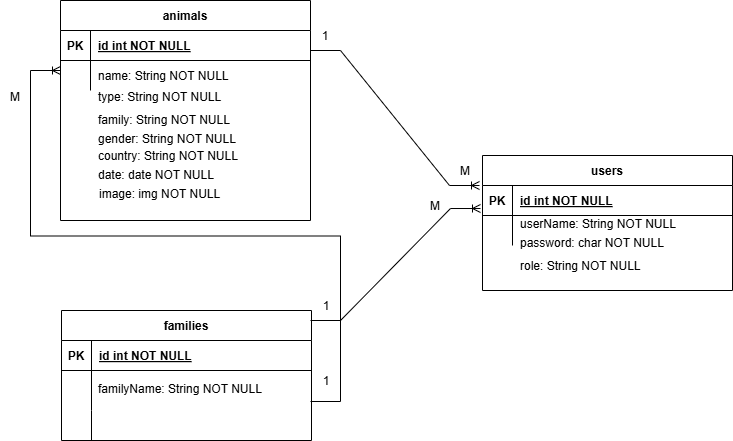
This is diagram/reserva_natural_diagrama_entidad_relación.drawio.png from Andreina2/springboot_reserva_natural, a draw.io export, as it was before one commit. Source tidied: cells renumbered, new cells last; positions are measured from the earlier drawing's top-left corner, leaving out a move shared by most shapes. Its diagram source:
```xml
<mxGraphModel>
  <root>
    <mxCell id="0" />
    <mxCell id="1" parent="0" />
    <mxCell id="2" value="users" style="shape=table;startSize=30;rowLines=0;fontStyle=1;align=center;" parent="1" vertex="1">
      <mxGeometry x="482" y="155" width="250" height="135" as="geometry" />
    </mxCell>
    <mxCell id="3" style="shape=partialRectangle;fillColor=none;points=[[0,0.5],[1,0.5]];portConstraint=eastwest;top=0;left=0;right=0;bottom=1;" parent="2" vertex="1">
      <mxGeometry y="30" width="250" height="30" as="geometry" />
    </mxCell>
    <mxCell id="4" value="PK" style="shape=partialRectangle;overflow=hidden;fillColor=none;top=0;left=0;bottom=0;right=0;fontStyle=1;" parent="3" vertex="1">
      <mxGeometry width="30" height="30" as="geometry" />
    </mxCell>
    <mxCell id="5" value="id int NOT NULL " style="shape=partialRectangle;overflow=hidden;fillColor=none;top=0;left=0;bottom=0;right=0;align=left;spacingLeft=6;fontStyle=5;" parent="3" vertex="1">
      <mxGeometry x="30" width="220" height="30" as="geometry" />
    </mxCell>
    <mxCell id="6" style="shape=partialRectangle;fillColor=none;top=0;left=0;right=0;bottom=0;" parent="2" vertex="1">
      <mxGeometry y="60" width="250" height="30" as="geometry" />
    </mxCell>
    <mxCell id="7" style="shape=partialRectangle;overflow=hidden;fillColor=none;top=0;left=0;bottom=0;right=0;" parent="6" vertex="1">
      <mxGeometry width="30" height="30" as="geometry" />
    </mxCell>
    <mxCell id="8" style="shape=partialRectangle;overflow=hidden;fillColor=none;top=0;left=0;bottom=0;right=0;align=left;spacingLeft=6;" parent="6" vertex="1">
      <mxGeometry x="30" width="220" height="30" as="geometry" />
    </mxCell>
    <mxCell id="9" value="families" style="shape=table;startSize=30;rowLines=0;fontStyle=1;align=center;" parent="1" vertex="1">
      <mxGeometry x="61" y="310" width="250" height="130" as="geometry" />
    </mxCell>
    <mxCell id="10" style="shape=partialRectangle;fillColor=none;top=0;left=0;right=0;bottom=1;" parent="9" vertex="1">
      <mxGeometry y="30" width="250" height="30" as="geometry" />
    </mxCell>
    <mxCell id="11" value="PK" style="shape=partialRectangle;overflow=hidden;fillColor=none;top=0;left=0;bottom=0;right=0;fontStyle=1;" parent="10" vertex="1">
      <mxGeometry width="30" height="30" as="geometry" />
    </mxCell>
    <mxCell id="12" value="id int NOT NULL " style="shape=partialRectangle;overflow=hidden;fillColor=none;top=0;left=0;bottom=0;right=0;align=left;spacingLeft=6;fontStyle=5;" parent="10" vertex="1">
      <mxGeometry x="30" width="220" height="30" as="geometry" />
    </mxCell>
    <mxCell id="13" style="shape=partialRectangle;fillColor=none;top=0;left=0;right=0;bottom=0;" parent="9" vertex="1">
      <mxGeometry y="60" width="250" height="40" as="geometry" />
    </mxCell>
    <mxCell id="14" style="shape=partialRectangle;overflow=hidden;fillColor=none;top=0;left=0;bottom=0;right=0;" parent="13" vertex="1">
      <mxGeometry width="30" height="40" as="geometry" />
    </mxCell>
    <mxCell id="15" style="shape=partialRectangle;overflow=hidden;fillColor=none;top=0;left=0;bottom=0;right=0;align=left;spacingLeft=6;" parent="13" vertex="1">
      <mxGeometry x="30" width="220" height="40" as="geometry" />
    </mxCell>
    <mxCell id="16" style="shape=partialRectangle;fillColor=none;top=0;left=0;right=0;bottom=0;" parent="9" vertex="1">
      <mxGeometry y="100" width="250" height="30" as="geometry" />
    </mxCell>
    <mxCell id="17" style="shape=partialRectangle;overflow=hidden;fillColor=none;top=0;left=0;bottom=0;right=0;" parent="16" vertex="1">
      <mxGeometry width="30" height="30" as="geometry" />
    </mxCell>
    <mxCell id="18" style="shape=partialRectangle;overflow=hidden;fillColor=none;top=0;left=0;bottom=0;right=0;align=left;spacingLeft=6;" parent="16" vertex="1">
      <mxGeometry x="30" width="220" height="30" as="geometry" />
    </mxCell>
    <mxCell id="19" value="animals" style="shape=table;startSize=30;rowLines=0;fontStyle=1;align=center;" parent="1" vertex="1">
      <mxGeometry x="60" width="250" height="220" as="geometry" />
    </mxCell>
    <mxCell id="20" style="shape=partialRectangle;fillColor=none;top=0;left=0;right=0;bottom=1;" parent="19" vertex="1">
      <mxGeometry y="30" width="250" height="30" as="geometry" />
    </mxCell>
    <mxCell id="21" value="PK" style="shape=partialRectangle;overflow=hidden;fillColor=none;top=0;left=0;bottom=0;right=0;fontStyle=1;" parent="20" vertex="1">
      <mxGeometry width="30" height="30" as="geometry" />
    </mxCell>
    <mxCell id="22" value="id int NOT NULL " style="shape=partialRectangle;overflow=hidden;fillColor=none;top=0;left=0;bottom=0;right=0;align=left;spacingLeft=6;fontStyle=5;" parent="20" vertex="1">
      <mxGeometry x="30" width="220" height="30" as="geometry" />
    </mxCell>
    <mxCell id="23" style="shape=partialRectangle;fillColor=none;top=0;left=0;right=0;bottom=0;" parent="19" vertex="1">
      <mxGeometry y="60" width="250" height="30" as="geometry" />
    </mxCell>
    <mxCell id="24" style="shape=partialRectangle;overflow=hidden;fillColor=none;top=0;left=0;bottom=0;right=0;" parent="23" vertex="1">
      <mxGeometry width="30" height="30" as="geometry" />
    </mxCell>
    <mxCell id="25" style="shape=partialRectangle;overflow=hidden;fillColor=none;top=0;left=0;bottom=0;right=0;align=left;spacingLeft=6;" parent="23" vertex="1">
      <mxGeometry x="30" width="220" height="30" as="geometry" />
    </mxCell>
    <mxCell id="26" value="1" style="shape=partialRectangle;overflow=hidden;fillColor=none;top=0;left=0;bottom=0;right=0;" parent="1" vertex="1">
      <mxGeometry x="311" y="365" width="30" height="30" as="geometry" />
    </mxCell>
    <mxCell id="27" value="M" style="shape=partialRectangle;overflow=hidden;fillColor=none;top=0;left=0;bottom=0;right=0;" parent="1" vertex="1">
      <mxGeometry x="450" y="155" width="30" height="30" as="geometry" />
    </mxCell>
    <mxCell id="28" style="edgeStyle=entityRelationEdgeStyle;fontSize=12;html=1;endArrow=ERoneToMany;rounded=0;" parent="1" edge="1">
      <mxGeometry relative="1" as="geometry">
        <mxPoint x="310" y="401" as="sourcePoint" />
        <mxPoint x="60" y="70" as="targetPoint" />
        <Array as="points">
          <mxPoint x="175" y="256" />
          <mxPoint x="190" y="256" />
          <mxPoint x="180" y="286" />
          <mxPoint x="170" y="276" />
          <mxPoint x="40" y="60" />
          <mxPoint x="40" y="60" />
        </Array>
      </mxGeometry>
    </mxCell>
    <mxCell id="29" value="1" style="shape=partialRectangle;overflow=hidden;fillColor=none;top=0;left=0;bottom=0;right=0;" parent="1" vertex="1">
      <mxGeometry x="311" y="290" width="30" height="30" as="geometry" />
    </mxCell>
    <mxCell id="30" value="M" style="shape=partialRectangle;overflow=hidden;fillColor=none;top=0;left=0;bottom=0;right=0;" parent="1" vertex="1">
      <mxGeometry y="81" width="30" height="30" as="geometry" />
    </mxCell>
    <mxCell id="31" value="name: String NOT NULL" style="shape=partialRectangle;overflow=hidden;fillColor=none;top=0;left=0;bottom=0;right=0;align=left;spacingLeft=6;" parent="1" vertex="1">
      <mxGeometry x="90" y="60" width="220" height="30" as="geometry" />
    </mxCell>
    <mxCell id="32" value="type: String NOT NULL" style="shape=partialRectangle;overflow=hidden;fillColor=none;top=0;left=0;bottom=0;right=0;align=left;spacingLeft=6;" parent="1" vertex="1">
      <mxGeometry x="90" y="81" width="220" height="30" as="geometry" />
    </mxCell>
    <mxCell id="33" value="family: String NOT NULL" style="shape=partialRectangle;overflow=hidden;fillColor=none;top=0;left=0;bottom=0;right=0;align=left;spacingLeft=6;" parent="1" vertex="1">
      <mxGeometry x="90" y="104" width="220" height="30" as="geometry" />
    </mxCell>
    <mxCell id="34" style="edgeStyle=entityRelationEdgeStyle;fontSize=12;html=1;endArrow=ERoneToMany;rounded=0;entryX=-0.008;entryY=0.767;entryDx=0;entryDy=0;entryPerimeter=0;" parent="1" edge="1" target="3">
      <mxGeometry relative="1" as="geometry">
        <mxPoint x="310" y="320" as="sourcePoint" />
        <Array as="points">
          <mxPoint x="470" y="210" />
        </Array>
      </mxGeometry>
    </mxCell>
    <mxCell id="35" style="edgeStyle=entityRelationEdgeStyle;fontSize=12;html=1;endArrow=ERoneToMany;rounded=0;entryX=-0.012;entryY=0;entryDx=0;entryDy=0;entryPerimeter=0;" parent="1" edge="1" target="3">
      <mxGeometry relative="1" as="geometry">
        <mxPoint x="310" y="50" as="sourcePoint" />
      </mxGeometry>
    </mxCell>
    <mxCell id="36" value="M" style="shape=partialRectangle;overflow=hidden;fillColor=none;top=0;left=0;bottom=0;right=0;" parent="1" vertex="1">
      <mxGeometry x="420" y="190" width="30" height="30" as="geometry" />
    </mxCell>
    <mxCell id="37" value="1" style="shape=partialRectangle;overflow=hidden;fillColor=none;top=0;left=0;bottom=0;right=0;" parent="1" vertex="1">
      <mxGeometry x="310" y="20" width="30" height="30" as="geometry" />
    </mxCell>
    <mxCell id="38" value="gender: String NOT NULL" style="shape=partialRectangle;overflow=hidden;fillColor=none;top=0;left=0;bottom=0;right=0;align=left;spacingLeft=6;" parent="1" vertex="1">
      <mxGeometry x="90" y="123" width="220" height="30" as="geometry" />
    </mxCell>
    <mxCell id="39" value="date: date NOT NULL" style="shape=partialRectangle;overflow=hidden;fillColor=none;top=0;left=0;bottom=0;right=0;align=left;spacingLeft=6;" parent="1" vertex="1">
      <mxGeometry x="90" y="159" width="220" height="30" as="geometry" />
    </mxCell>
    <mxCell id="40" value="country: String NOT NULL" style="shape=partialRectangle;overflow=hidden;fillColor=none;top=0;left=0;bottom=0;right=0;align=left;spacingLeft=6;" parent="1" vertex="1">
      <mxGeometry x="90" y="140" width="220" height="30" as="geometry" />
    </mxCell>
    <mxCell id="41" value="image: img NOT NULL" style="shape=partialRectangle;overflow=hidden;fillColor=none;top=0;left=0;bottom=0;right=0;align=left;spacingLeft=6;" parent="1" vertex="1">
      <mxGeometry x="91" y="178" width="220" height="30" as="geometry" />
    </mxCell>
    <mxCell id="42" value="familyName: String NOT NULL" style="shape=partialRectangle;overflow=hidden;fillColor=none;top=0;left=0;bottom=0;right=0;align=left;spacingLeft=6;" parent="1" vertex="1">
      <mxGeometry x="90" y="373" width="220" height="30" as="geometry" />
    </mxCell>
    <mxCell id="43" value="userName: String NOT NULL" style="shape=partialRectangle;overflow=hidden;fillColor=none;top=0;left=0;bottom=0;right=0;align=left;spacingLeft=6;" parent="1" vertex="1">
      <mxGeometry x="512" y="208" width="220" height="30" as="geometry" />
    </mxCell>
    <mxCell id="44" value="password: char NOT NULL" style="shape=partialRectangle;overflow=hidden;fillColor=none;top=0;left=0;bottom=0;right=0;align=left;spacingLeft=6;" parent="1" vertex="1">
      <mxGeometry x="512" y="227" width="220" height="30" as="geometry" />
    </mxCell>
    <mxCell id="45" value="role: String NOT NULL" style="shape=partialRectangle;overflow=hidden;fillColor=none;top=0;left=0;bottom=0;right=0;align=left;spacingLeft=6;" parent="1" vertex="1">
      <mxGeometry x="512" y="250" width="220" height="30" as="geometry" />
    </mxCell>
  </root>
</mxGraphModel>
```
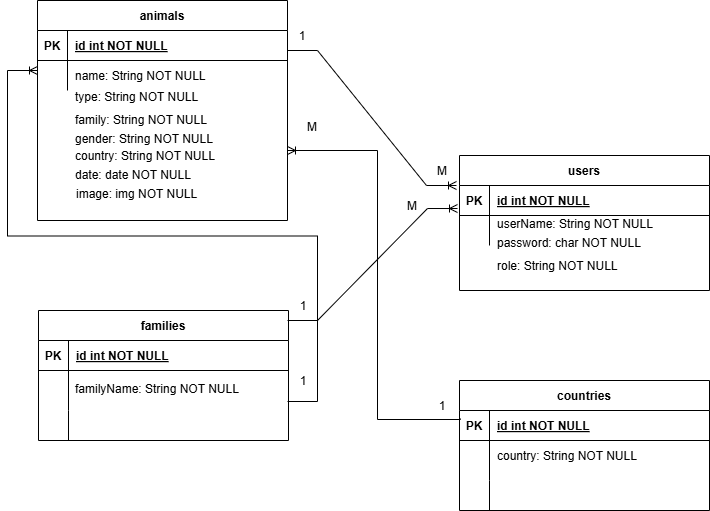
After the commit.

Change to the diagram source:
```diff
@@ -98,7 +98,7 @@
       <mxGeometry x="311" y="290" width="30" height="30" as="geometry" />
     </mxCell>
     <mxCell id="30" value="M" style="shape=partialRectangle;overflow=hidden;fillColor=none;top=0;left=0;bottom=0;right=0;" parent="1" vertex="1">
-      <mxGeometry y="81" width="30" height="30" as="geometry" />
+      <mxGeometry x="320" y="111" width="30" height="30" as="geometry" />
     </mxCell>
     <mxCell id="31" value="name: String NOT NULL" style="shape=partialRectangle;overflow=hidden;fillColor=none;top=0;left=0;bottom=0;right=0;align=left;spacingLeft=6;" parent="1" vertex="1">
       <mxGeometry x="90" y="60" width="220" height="30" as="geometry" />
@@ -152,5 +152,52 @@
     <mxCell id="45" value="role: String NOT NULL" style="shape=partialRectangle;overflow=hidden;fillColor=none;top=0;left=0;bottom=0;right=0;align=left;spacingLeft=6;" parent="1" vertex="1">
       <mxGeometry x="512" y="250" width="220" height="30" as="geometry" />
     </mxCell>
+    <mxCell id="46" value="countries" style="shape=table;startSize=30;rowLines=0;fontStyle=1;align=center;" parent="1" vertex="1">
+      <mxGeometry x="482" y="380" width="250" height="130" as="geometry" />
+    </mxCell>
+    <mxCell id="47" style="shape=partialRectangle;fillColor=none;top=0;left=0;right=0;bottom=1;" parent="46" vertex="1">
+      <mxGeometry y="30" width="250" height="30" as="geometry" />
+    </mxCell>
+    <mxCell id="48" value="PK" style="shape=partialRectangle;overflow=hidden;fillColor=none;top=0;left=0;bottom=0;right=0;fontStyle=1;" parent="47" vertex="1">
+      <mxGeometry width="30" height="30" as="geometry" />
+    </mxCell>
+    <mxCell id="49" value="id int NOT NULL " style="shape=partialRectangle;overflow=hidden;fillColor=none;top=0;left=0;bottom=0;right=0;align=left;spacingLeft=6;fontStyle=5;" parent="47" vertex="1">
+      <mxGeometry x="30" width="220" height="30" as="geometry" />
+    </mxCell>
+    <mxCell id="50" style="shape=partialRectangle;fillColor=none;top=0;left=0;right=0;bottom=0;" parent="46" vertex="1">
+      <mxGeometry y="60" width="250" height="40" as="geometry" />
+    </mxCell>
+    <mxCell id="51" style="shape=partialRectangle;overflow=hidden;fillColor=none;top=0;left=0;bottom=0;right=0;" parent="50" vertex="1">
+      <mxGeometry width="30" height="40" as="geometry" />
+    </mxCell>
+    <mxCell id="52" style="shape=partialRectangle;overflow=hidden;fillColor=none;top=0;left=0;bottom=0;right=0;align=left;spacingLeft=6;" parent="50" vertex="1">
+      <mxGeometry x="30" width="220" height="40" as="geometry" />
+    </mxCell>
+    <mxCell id="53" style="shape=partialRectangle;fillColor=none;top=0;left=0;right=0;bottom=0;" parent="46" vertex="1">
+      <mxGeometry y="100" width="250" height="30" as="geometry" />
+    </mxCell>
+    <mxCell id="54" style="shape=partialRectangle;overflow=hidden;fillColor=none;top=0;left=0;bottom=0;right=0;" parent="53" vertex="1">
+      <mxGeometry width="30" height="30" as="geometry" />
+    </mxCell>
+    <mxCell id="55" style="shape=partialRectangle;overflow=hidden;fillColor=none;top=0;left=0;bottom=0;right=0;align=left;spacingLeft=6;" parent="53" vertex="1">
+      <mxGeometry x="30" width="220" height="30" as="geometry" />
+    </mxCell>
+    <mxCell id="56" value="country: String NOT NULL" style="shape=partialRectangle;overflow=hidden;fillColor=none;top=0;left=0;bottom=0;right=0;align=left;spacingLeft=6;" parent="1" vertex="1">
+      <mxGeometry x="512" y="440" width="220" height="30" as="geometry" />
+    </mxCell>
+    <mxCell id="57" style="edgeStyle=orthogonalEdgeStyle;fontSize=12;html=1;endArrow=ERoneToMany;rounded=0;exitX=0;exitY=0.5;exitDx=0;exitDy=0;elbow=vertical;" parent="1" edge="1">
+      <mxGeometry relative="1" as="geometry">
+        <mxPoint x="483" y="418" as="sourcePoint" />
+        <mxPoint x="310" y="150" as="targetPoint" />
+        <Array as="points">
+          <mxPoint x="483" y="419" />
+          <mxPoint x="400" y="419" />
+          <mxPoint x="400" y="150" />
+        </Array>
+      </mxGeometry>
+    </mxCell>
+    <mxCell id="58" value="1" style="shape=partialRectangle;overflow=hidden;fillColor=none;top=0;left=0;bottom=0;right=0;" parent="1" vertex="1">
+      <mxGeometry x="450" y="390" width="30" height="30" as="geometry" />
+    </mxCell>
   </root>
 </mxGraphModel>
```
